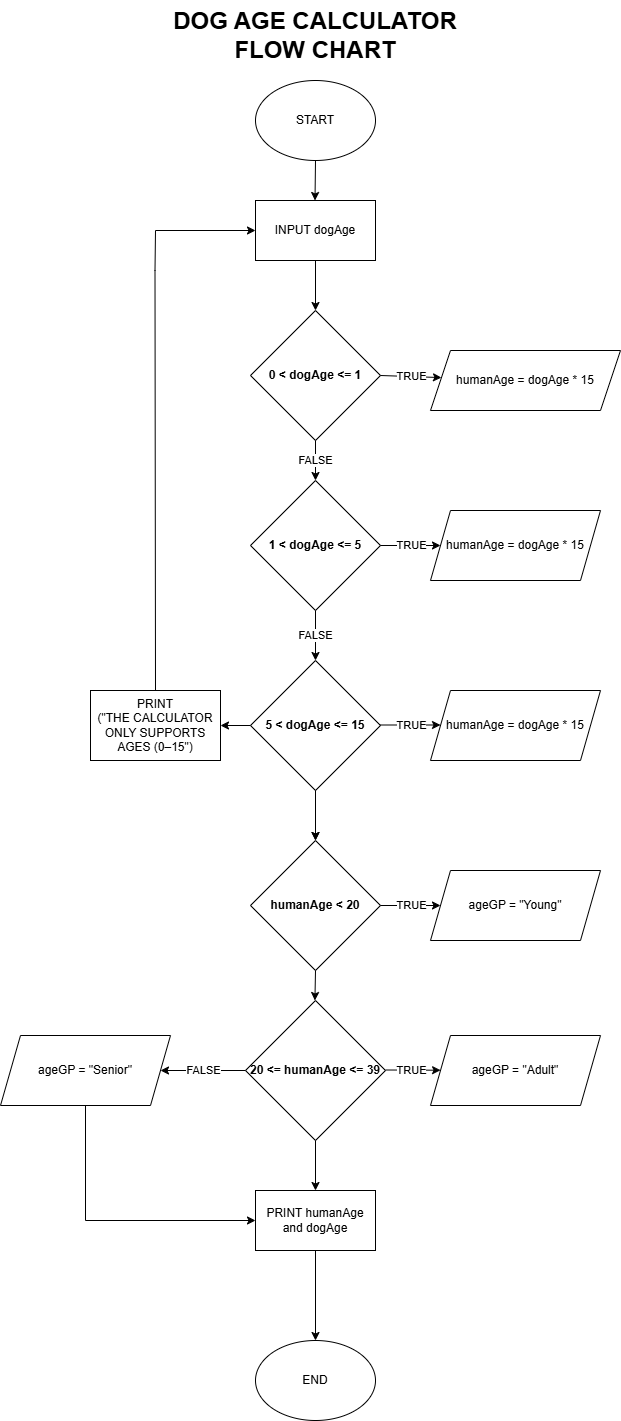
Before: docs/flowchart.png, a diagram exported from draw.io (heldworld/dog-age-automation-python). Source tidied: cells renumbered, new cells last; positions are measured from the earlier drawing's top-left corner, leaving out a move shared by most shapes.
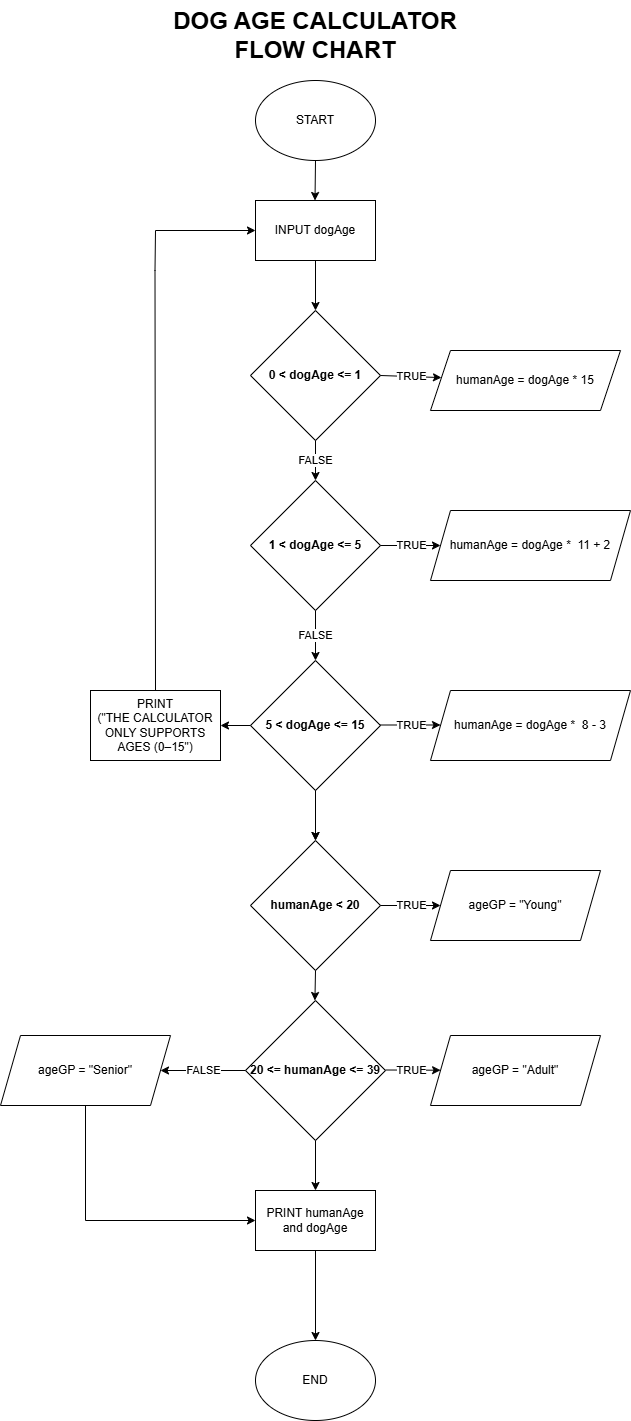
After the change.

What changed in the source:
```diff
@@ -14,8 +14,8 @@
     <mxCell id="5" value="humanAge = dogAge * 15" style="shape=parallelogram;perimeter=parallelogramPerimeter;whiteSpace=wrap;html=1;fixedSize=1;" parent="1" vertex="1">
       <mxGeometry x="430" y="350" width="190" height="60" as="geometry" />
     </mxCell>
-    <mxCell id="6" value="humanAge = dogAge * 15" style="shape=parallelogram;perimeter=parallelogramPerimeter;whiteSpace=wrap;html=1;fixedSize=1;" parent="1" vertex="1">
-      <mxGeometry x="430" y="510" width="170" height="70" as="geometry" />
+    <mxCell id="6" value="humanAge = dogAge *&amp;nbsp; 11 + 2" style="shape=parallelogram;perimeter=parallelogramPerimeter;whiteSpace=wrap;html=1;fixedSize=1;" parent="1" vertex="1">
+      <mxGeometry x="430" y="510" width="200" height="70" as="geometry" />
     </mxCell>
     <mxCell id="7" value="&lt;b&gt;1 &amp;lt; dogAge &amp;lt;= 5&lt;/b&gt;" style="rhombus;whiteSpace=wrap;html=1;" parent="1" vertex="1">
       <mxGeometry x="250" y="480" width="130" height="130" as="geometry" />
@@ -26,8 +26,8 @@
     <mxCell id="9" value="&lt;b&gt;5 &amp;lt; dogAge &amp;lt;= 15&lt;/b&gt;" style="rhombus;whiteSpace=wrap;html=1;" parent="1" vertex="1">
       <mxGeometry x="250" y="660" width="130" height="130" as="geometry" />
     </mxCell>
-    <mxCell id="10" value="humanAge = dogAge * 15" style="shape=parallelogram;perimeter=parallelogramPerimeter;whiteSpace=wrap;html=1;fixedSize=1;" parent="1" vertex="1">
-      <mxGeometry x="430" y="690" width="170" height="70" as="geometry" />
+    <mxCell id="10" value="humanAge = dogAge *&amp;nbsp; 8 - 3" style="shape=parallelogram;perimeter=parallelogramPerimeter;whiteSpace=wrap;html=1;fixedSize=1;" parent="1" vertex="1">
+      <mxGeometry x="430" y="690" width="200" height="70" as="geometry" />
     </mxCell>
     <mxCell id="11" value="&lt;p class=&quot;MsoNormal&quot;&gt;&lt;span lang=&quot;DE&quot; style=&quot;font-size: 9pt; line-height: 107%; font-family: Helvetica, sans-serif; background-image: initial; background-position: initial; background-size: initial; background-repeat: initial; background-attachment: initial; background-origin: initial; background-clip: initial;&quot;&gt;PRINT&lt;br/&gt;(&quot;THE CALCULATOR ONLY SUPPORTS AGES (0–15&quot;)&lt;/span&gt;&lt;/p&gt;" style="rounded=0;whiteSpace=wrap;html=1;" parent="1" vertex="1">
       <mxGeometry x="90" y="690" width="130" height="70" as="geometry" />
```
